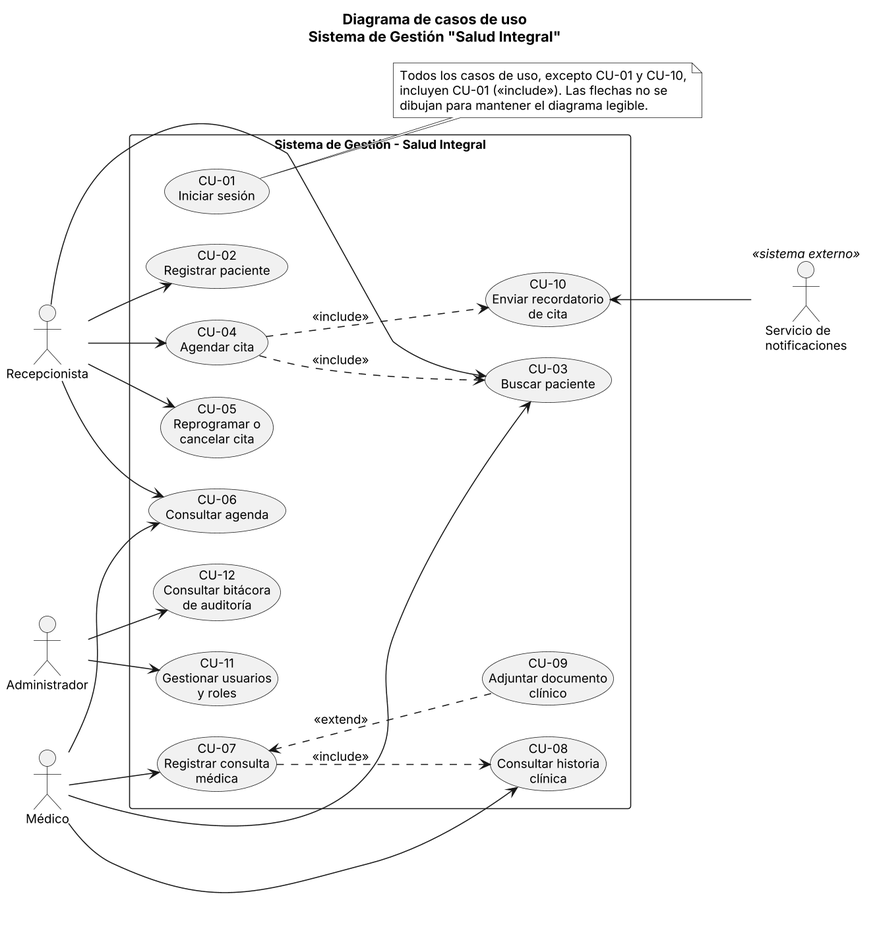
Before: docs/uml/img/01_casos_de_uso.png, a diagram exported from PlantUML (JNACHO2001/consultorio-medico).
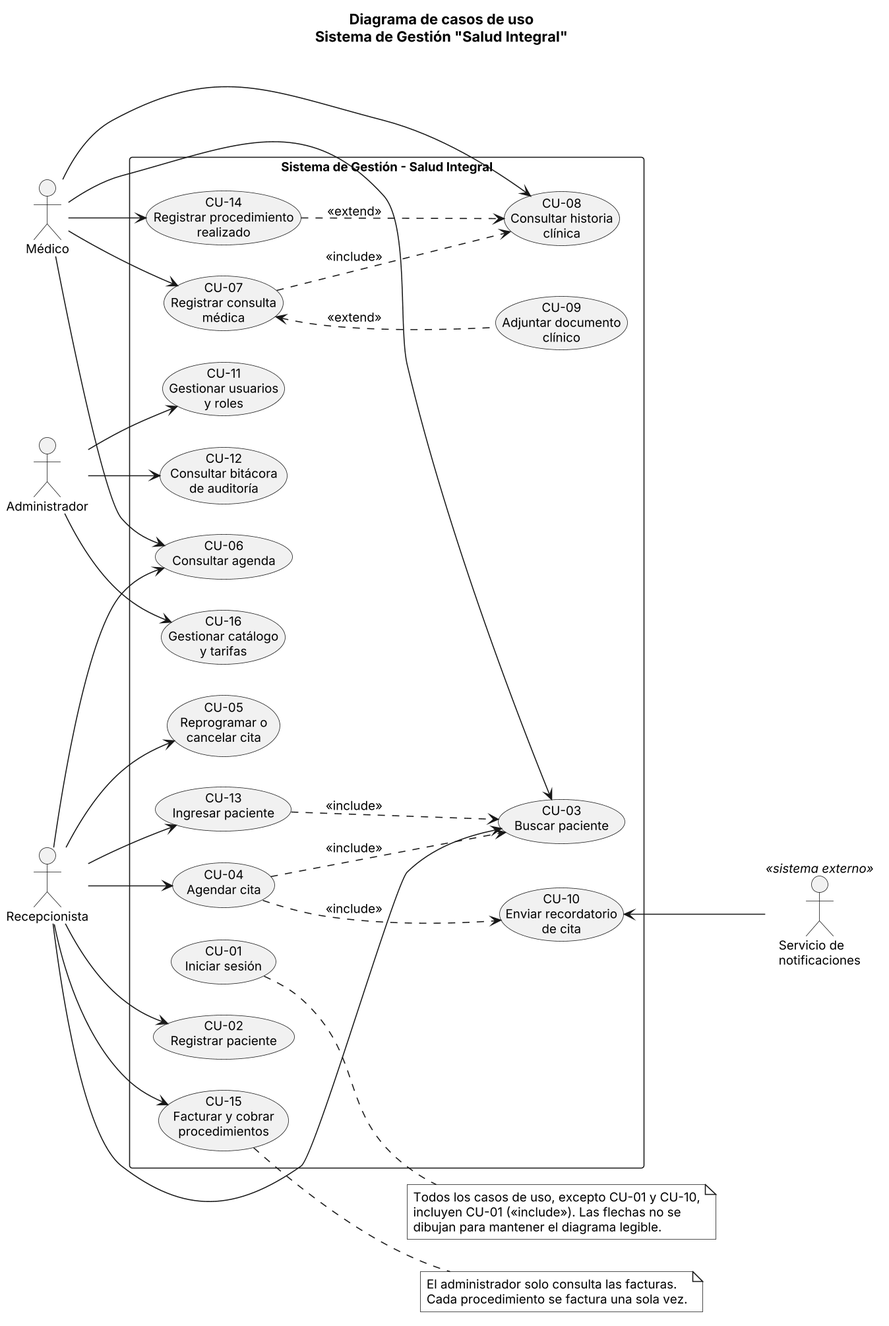
The same file after the commit.

Commit message:
docs(uml): imagen PNG de 01_casos_de_uso actualizada

The edit, as a diff of the source:
```diff
@@ -28,6 +28,10 @@
   usecase "CU-09\nAdjuntar documento\nclínico" as CU09
   usecase "CU-10\nEnviar recordatorio\nde cita" as CU10
   usecase "CU-01\nIniciar sesión" as CU01
+  usecase "CU-13\nIngresar paciente" as CU13
+  usecase "CU-14\nRegistrar procedimiento\nrealizado" as CU14
+  usecase "CU-15\nFacturar y cobrar\nprocedimientos" as CU15
+  usecase "CU-16\nGestionar catálogo\ny tarifas" as CU16
 }
 
 actor "Servicio de\nnotificaciones" as NOT <<sistema externo>>
@@ -37,7 +41,10 @@
 REC --> CU05
 REC --> CU06
 REC --> CU03
+REC --> CU13
+REC --> CU15
 
+MED --> CU14
 MED --> CU06
 MED --> CU07
 MED --> CU03
@@ -45,13 +52,21 @@
 
 ADM --> CU11
 ADM --> CU12
+ADM --> CU16
 
 CU04 ..> CU03 : <<include>>
 CU04 ..> CU10 : <<include>>
 CU07 ..> CU08 : <<include>>
 CU09 .up.> CU07 : <<extend>>
+CU13 ..> CU03 : <<include>>
+CU14 ..> CU08 : <<extend>>
 
 CU10 <-- NOT
+
+note right of CU15
+  El administrador solo consulta las facturas.
+  Cada procedimiento se factura una sola vez.
+end note
 
 note right of CU01
   Todos los casos de uso, excepto CU-01 y CU-10,
```
